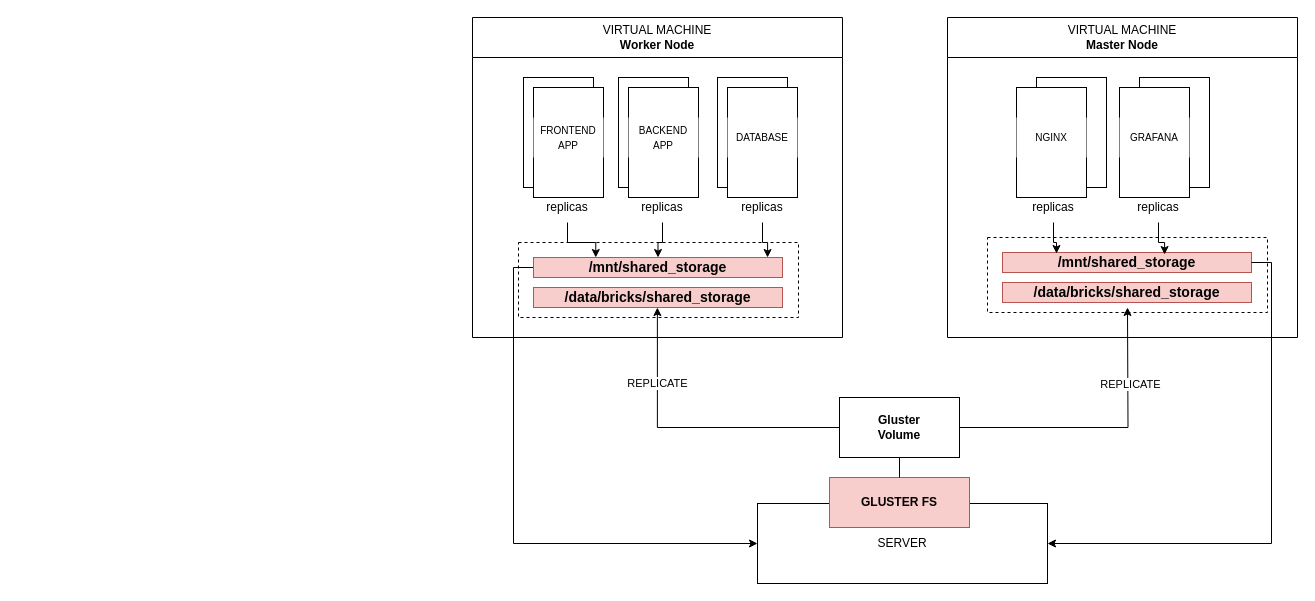
The draw.io diagram page "GlusterFS" (7 of 7) of devops/DevOps.drawio in kingsley-ijomah/draw.io, before the edit. Source tidied: cells renumbered, new cells numbered last; positions are measured from the earlier drawing's top-left corner, leaving out a move shared by most shapes. Both pictures are drawn from the tidied source at 100%, with x=0, y=0 at pixel (472, 17).
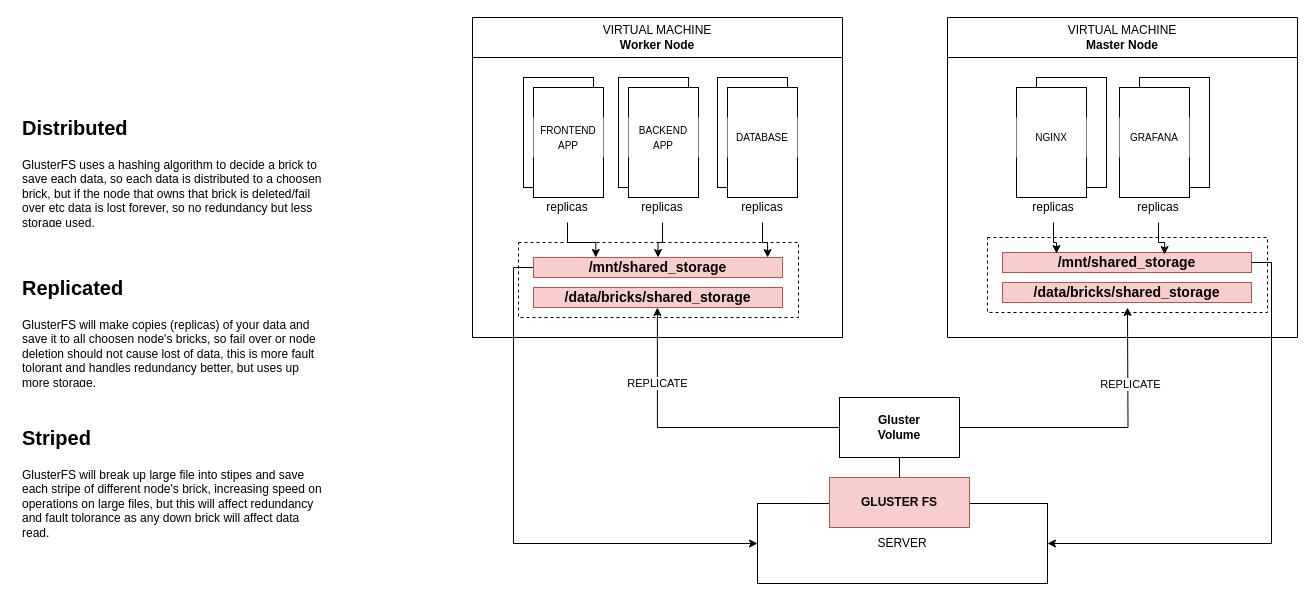
Above is the later version.

Change to the diagram source:
```diff
@@
+    <mxCell id="48" value="&lt;h1&gt;&lt;font style=&quot;font-size: 20px;&quot;&gt;Distributed&lt;/font&gt;&lt;/h1&gt;&lt;p&gt;GlusterFS uses a hashing algorithm to decide a brick to save each data, so each data is distributed to a choosen brick, but if the node that owns that brick is deleted/fail over etc data is lost forever, so no redundancy but less storage used.&lt;/p&gt;" style="text;html=1;strokeColor=none;fillColor=none;spacing=5;spacingTop=-20;whiteSpace=wrap;overflow=hidden;rounded=0;" parent="1" vertex="1">
+      <mxGeometry x="-455" y="90" width="310" height="120" as="geometry" />
+    </mxCell>
+    <mxCell id="49" value="&lt;h1&gt;&lt;font style=&quot;font-size: 20px;&quot;&gt;Replicated&lt;/font&gt;&lt;/h1&gt;&lt;p&gt;GlusterFS will make copies (replicas) of your data and save it to all choosen node's bricks, so fail over or node deletion should not cause lost of data, this is more fault tolorant and handles redundancy better, but uses up more storage.&lt;/p&gt;" style="text;html=1;strokeColor=none;fillColor=none;spacing=5;spacingTop=-20;whiteSpace=wrap;overflow=hidden;rounded=0;" parent="1" vertex="1">
+      <mxGeometry x="-455" y="250" width="310" height="120" as="geometry" />
+    </mxCell>
+    <mxCell id="50" value="&lt;h1&gt;&lt;font style=&quot;font-size: 20px;&quot;&gt;Striped&lt;/font&gt;&lt;/h1&gt;&lt;p&gt;GlusterFS will break up large file into stipes and save each stripe of different node's brick, increasing speed on operations on large files, but this will affect redundancy and fault tolorance as any down brick will affect data read.&lt;/p&gt;" style="text;html=1;strokeColor=none;fillColor=none;spacing=5;spacingTop=-20;whiteSpace=wrap;overflow=hidden;rounded=0;" parent="1" vertex="1">
+      <mxGeometry x="-455" y="400" width="310" height="120" as="geometry" />
+    </mxCell>
```
